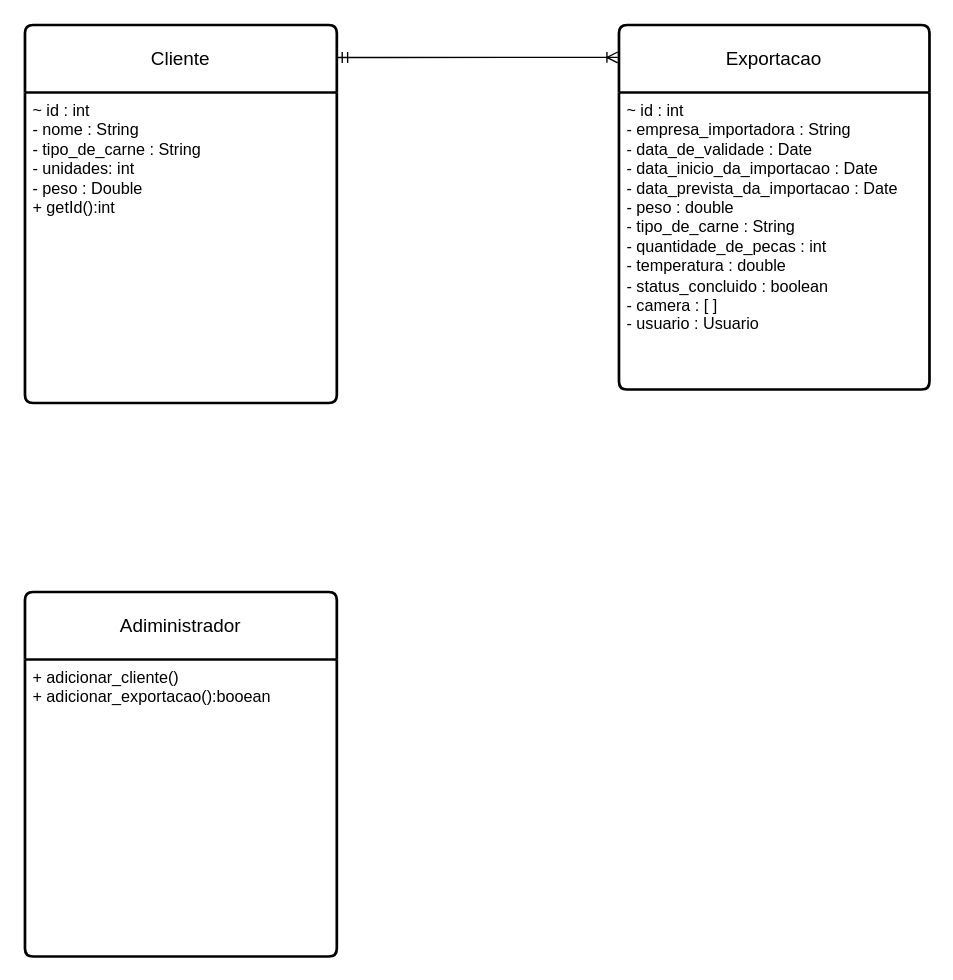
Before: gerenciamento de caminhões/Diagrama de classe atualizado.drawio in antoniofelipecruz/UML, a draw.io diagram. Source tidied: cells renumbered, new cells numbered last; positions are measured from the earlier drawing's top-left corner, leaving out a move shared by most shapes. Both pictures are drawn from the tidied source at 135%, with x=0, y=0 at pixel (24, 24).
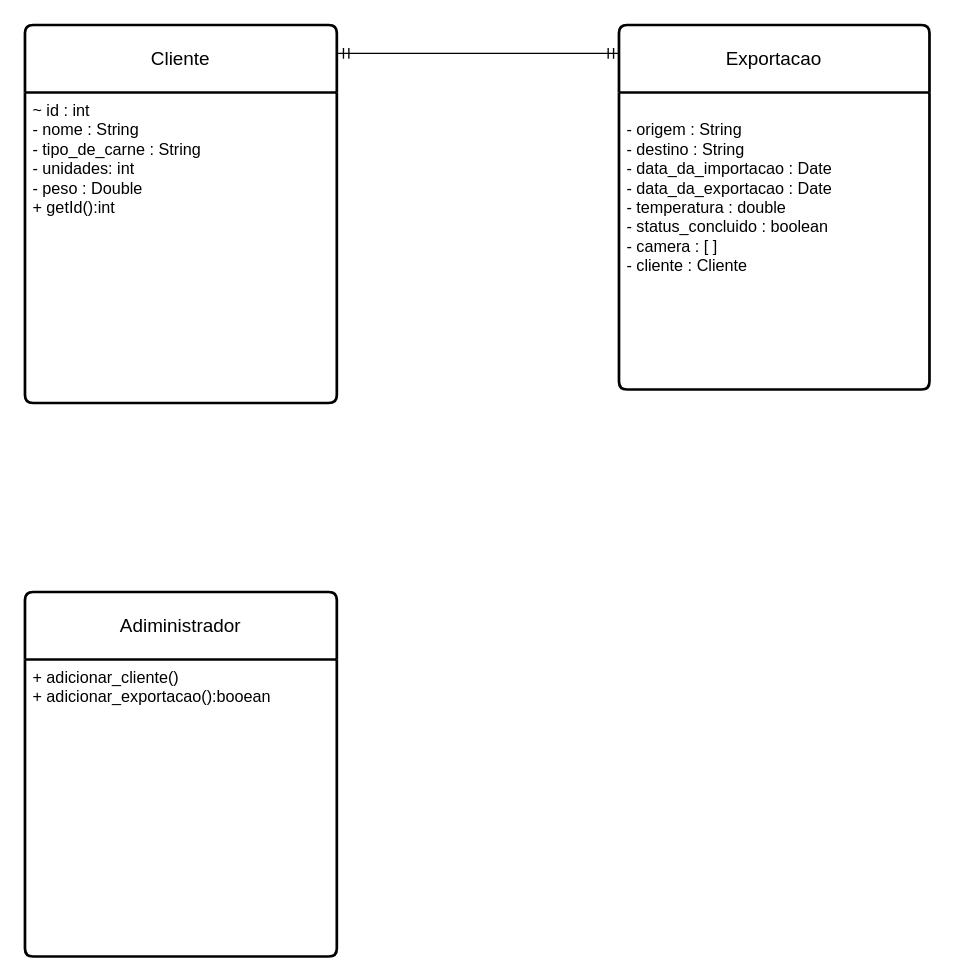
The same page after the edit.

Commit message:
atualização Diagrama de classes atualizado.drawio

Diff of the diagram source:
```diff
@@
 <mxGraphModel>
   <root>
     <mxCell id="0" />
     <mxCell id="1" parent="0" />
     <mxCell id="2" value="Cliente" style="swimlane;horizontal=1;startSize=50;rounded=1;fontSize=14;fontStyle=0;strokeWidth=2;shadow=0;dashed=0;align=center;arcSize=4;whiteSpace=wrap;html=1;" parent="1" vertex="1">
       <mxGeometry width="231" height="280" as="geometry" />
     </mxCell>
     <mxCell id="3" value="~ id : int&lt;div&gt;- nome : String&lt;/div&gt;&lt;div&gt;- tipo_de_carne : String&lt;/div&gt;&lt;div&gt;- unidades: int&lt;/div&gt;&lt;div&gt;- peso : Double&lt;/div&gt;&lt;div&gt;+ getId():int&lt;/div&gt;&lt;div&gt;&lt;br&gt;&lt;/div&gt;" style="align=left;strokeColor=none;fillColor=none;spacingLeft=4;spacingRight=4;fontSize=12;verticalAlign=top;html=1;whiteSpace=wrap;" parent="2" vertex="1">
       <mxGeometry y="50" width="231" height="230" as="geometry" />
     </mxCell>
     <mxCell id="4" value="Adiministrador" style="swimlane;horizontal=1;startSize=50;rounded=1;fontSize=14;fontStyle=0;strokeWidth=2;shadow=0;dashed=0;align=center;arcSize=4;whiteSpace=wrap;html=1;" parent="1" vertex="1">
       <mxGeometry y="420" width="231" height="270" as="geometry" />
     </mxCell>
     <mxCell id="5" value="+ adicionar_cliente()&lt;br&gt;+ adicionar_exportacao():booean" style="align=left;strokeColor=none;fillColor=none;spacingLeft=4;spacingRight=4;fontSize=12;verticalAlign=top;html=1;whiteSpace=wrap;" parent="4" vertex="1">
       <mxGeometry y="50" width="231" height="220" as="geometry" />
     </mxCell>
     <mxCell id="6" value="Exportacao" style="swimlane;horizontal=1;startSize=50;rounded=1;fontSize=14;fontStyle=0;strokeWidth=2;shadow=0;dashed=0;align=center;arcSize=4;whiteSpace=wrap;html=1;" parent="1" vertex="1">
       <mxGeometry x="440" width="230" height="270" as="geometry" />
     </mxCell>
-    <mxCell id="7" value="~ id : int&lt;br&gt;- empresa_importadora : String&lt;br&gt;&lt;div&gt;- data_de_validade : Date&lt;/div&gt;&lt;div&gt;- data_inicio_da_importacao : Date&lt;/div&gt;&lt;div&gt;- data_prevista_da_importacao : Date&lt;/div&gt;&lt;div&gt;- peso : double&lt;/div&gt;&lt;div&gt;- tipo_de_carne : String&lt;/div&gt;&lt;div&gt;- quantidade_de_pecas : int&lt;/div&gt;&lt;div&gt;- temperatura : double&lt;/div&gt;&lt;div&gt;- status_concluido : boolean&lt;/div&gt;&lt;div&gt;- camera : [ ]&lt;/div&gt;&lt;div&gt;- usuario : Usuario&lt;br&gt;&lt;/div&gt;&lt;div&gt;&lt;br&gt;&lt;/div&gt;&lt;div&gt;&lt;br&gt;&lt;/div&gt;" style="align=left;strokeColor=none;fillColor=none;spacingLeft=4;spacingRight=4;fontSize=12;verticalAlign=top;html=1;whiteSpace=wrap;" parent="6" vertex="1">
+    <mxCell id="7" value="&lt;div&gt;&lt;br&gt;&lt;/div&gt;&lt;div&gt;- origem : String&lt;/div&gt;&lt;div&gt;- destino : String&lt;/div&gt;&lt;div&gt;- data_da_importacao : Date&lt;/div&gt;&lt;div&gt;- data_da_exportacao : Date&lt;/div&gt;&lt;div&gt;- temperatura : double&lt;/div&gt;&lt;div&gt;- status_concluido : boolean&lt;/div&gt;&lt;div&gt;- camera : [ ]&lt;/div&gt;&lt;div&gt;- cliente : Cliente&lt;/div&gt;&lt;div&gt;&lt;br&gt;&lt;/div&gt;&lt;div&gt;&lt;br&gt;&lt;/div&gt;" style="align=left;strokeColor=none;fillColor=none;spacingLeft=4;spacingRight=4;fontSize=12;verticalAlign=top;html=1;whiteSpace=wrap;" parent="6" vertex="1">
       <mxGeometry y="50" width="230" height="220" as="geometry" />
     </mxCell>
-    <mxCell id="8" style="edgeStyle=entityRelationEdgeStyle;fontSize=12;html=1;endArrow=ERoneToMany;startArrow=ERmandOne;rounded=0;exitX=1;exitY=0.086;exitDx=0;exitDy=0;exitPerimeter=0;entryX=-0.004;entryY=0.089;entryDx=0;entryDy=0;entryPerimeter=0;" parent="1" edge="1" source="2" target="6">
+    <mxCell id="8" style="edgeStyle=entityRelationEdgeStyle;fontSize=12;html=1;endArrow=ERmandOne;startArrow=ERmandOne;rounded=0;exitX=1.004;exitY=0.075;exitDx=0;exitDy=0;exitPerimeter=0;entryX=0;entryY=0.078;entryDx=0;entryDy=0;entryPerimeter=0;" parent="1" edge="1" source="2" target="6">
       <mxGeometry relative="1" as="geometry" />
     </mxCell>
   </root>
 </mxGraphModel>
```
